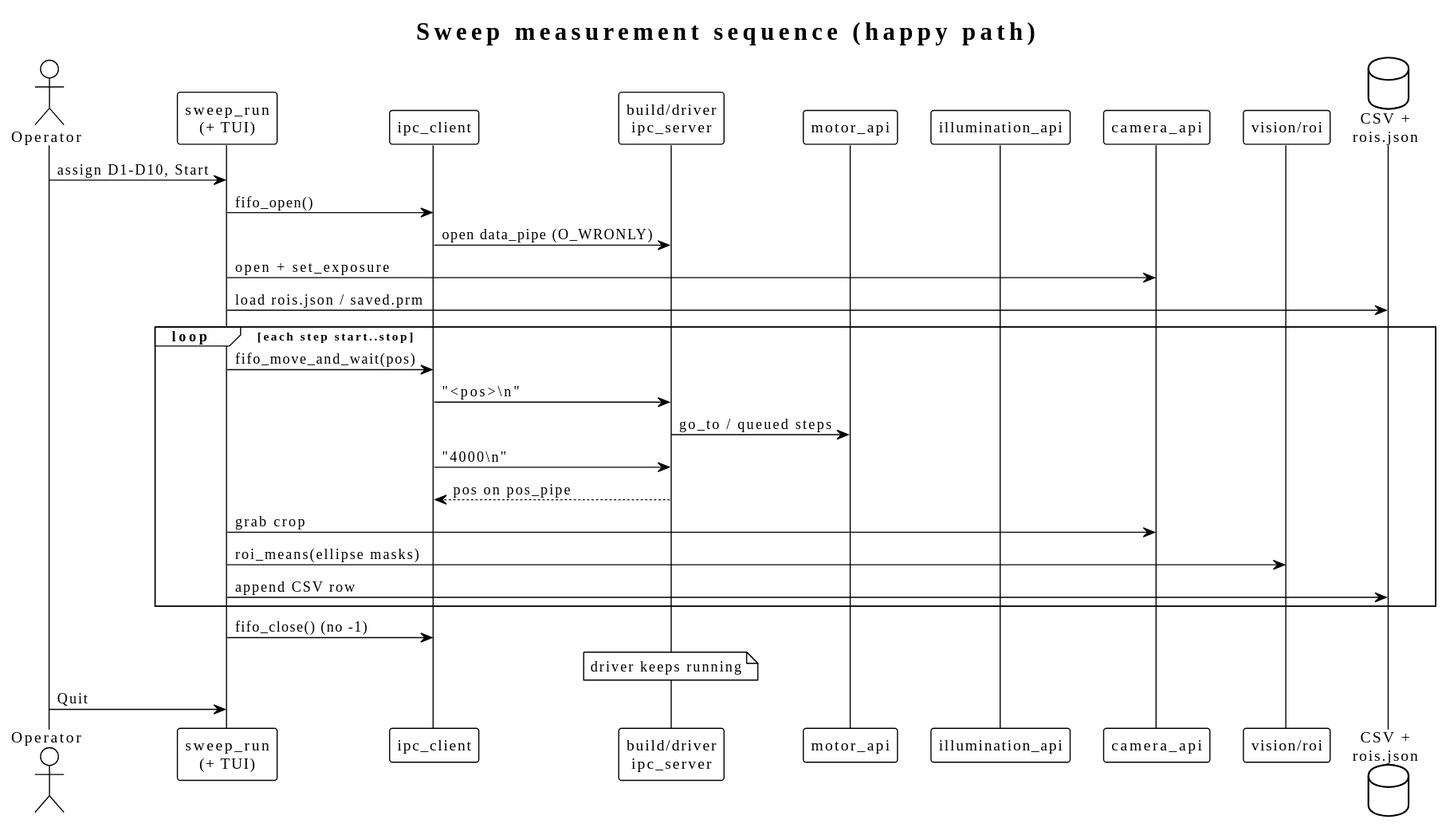
Above: sweep_sequence.svg in hriday111/sprint1 (PlantUML), before the change. Its diagram source:
```plantuml
@startuml
!theme plain
skinparam shadowing false
title Sweep measurement sequence (happy path)

actor Operator
participant "sweep_run\n(+ TUI)" as Sweep
participant "ipc_client" as Cli
participant "build/driver\nipc_server" as Drv
participant "motor_api" as Mot
participant "illumination_api" as Ill
participant "camera_api" as Cam
participant "vision/roi" as Roi
database "CSV +\nrois.json" as Files

Operator -> Sweep : assign D1-D10, Start
Sweep -> Cli : fifo_open()
Cli -> Drv : open data_pipe (O_WRONLY)
Sweep -> Cam : open + set_exposure
Sweep -> Files : load rois.json / saved.prm

loop each step start..stop
  Sweep -> Cli : fifo_move_and_wait(pos)
  Cli -> Drv : "<pos>\\n"
  Drv -> Mot : go_to / queued steps
  Cli -> Drv : "4000\\n"
  Drv --> Cli : pos on pos_pipe
  Sweep -> Cam : grab crop
  Sweep -> Roi : roi_means(ellipse masks)
  Sweep -> Files : append CSV row
end

Sweep -> Cli : fifo_close() (no -1)
note over Drv : driver keeps running
Operator -> Sweep : Quit
@enduml
```
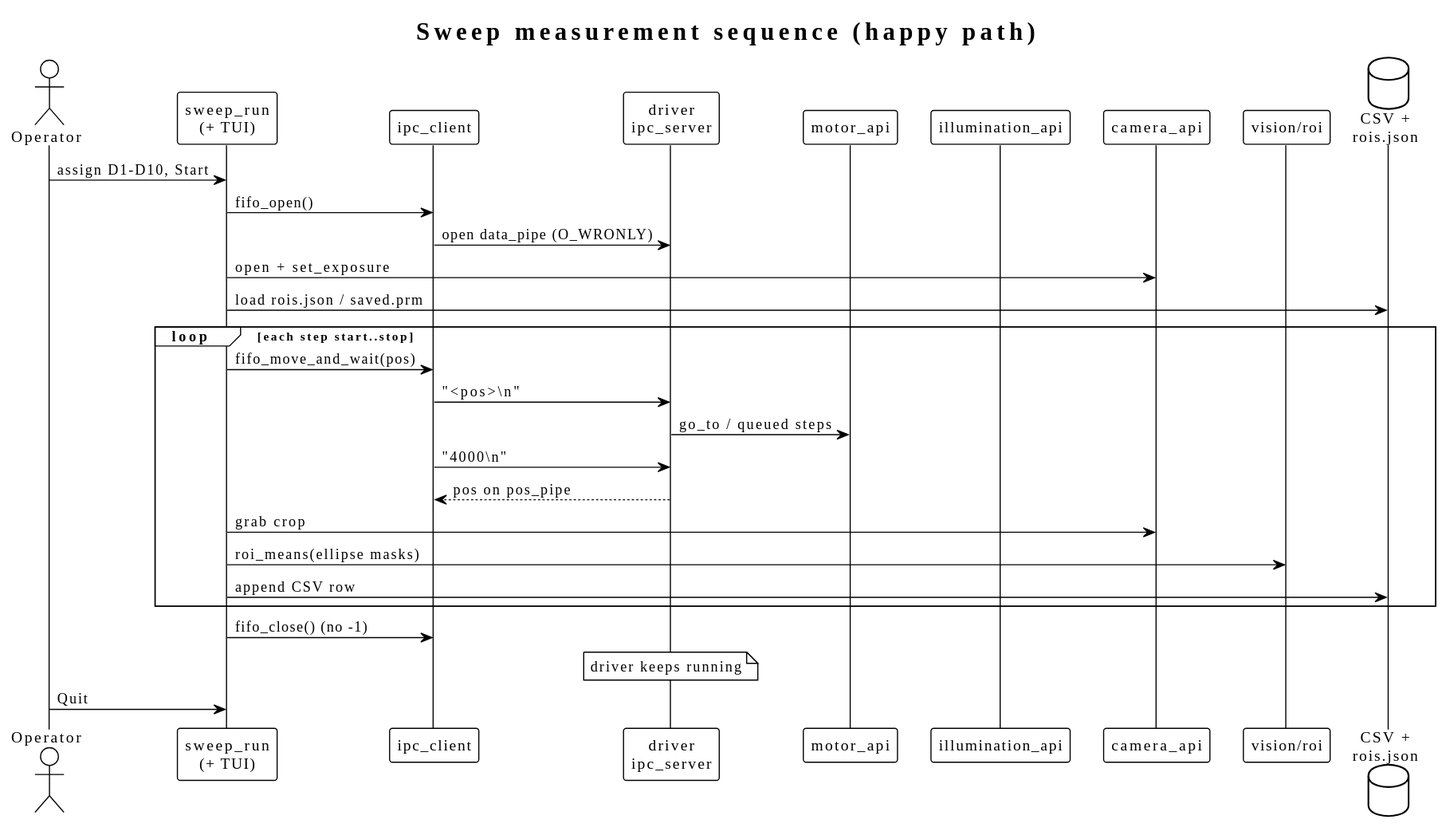
Later version of the same file.

Change to the diagram source:
```diff
@@ -6,7 +6,7 @@
 actor Operator
 participant "sweep_run\n(+ TUI)" as Sweep
 participant "ipc_client" as Cli
-participant "build/driver\nipc_server" as Drv
+participant "driver\nipc_server" as Drv
 participant "motor_api" as Mot
 participant "illumination_api" as Ill
 participant "camera_api" as Cam
```
